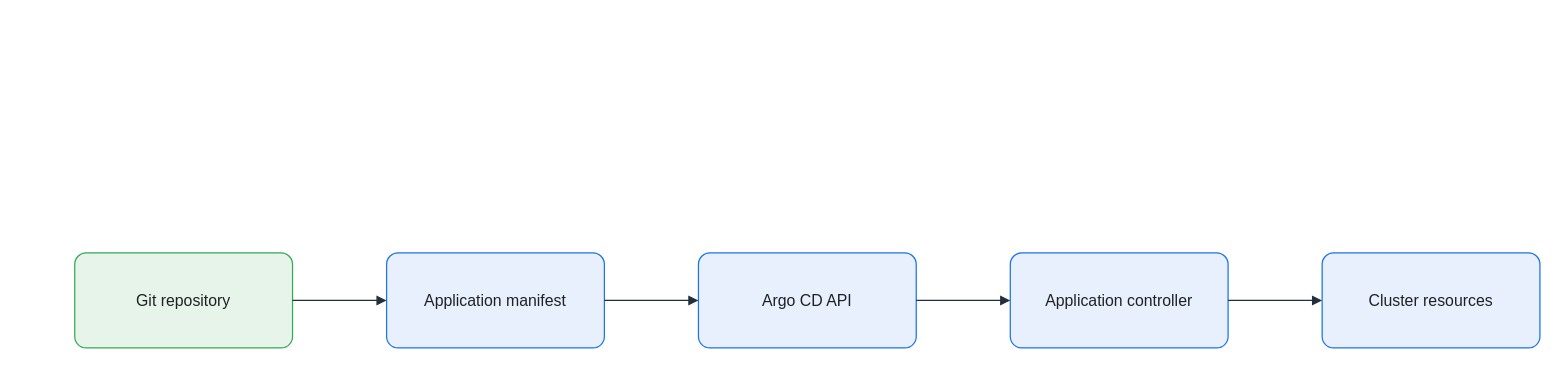
Before: assets/img/ci-cd/argocd-declarative-application.drawio in KKamJi98/kkamji98.github.io, a draw.io diagram. Source tidied: cells renumbered, new cells numbered last; positions are measured from the earlier drawing's top-left corner, leaving out a move shared by most shapes. Both pictures are drawn from the tidied source at 99%, with x=0, y=0 at pixel (74, 252).
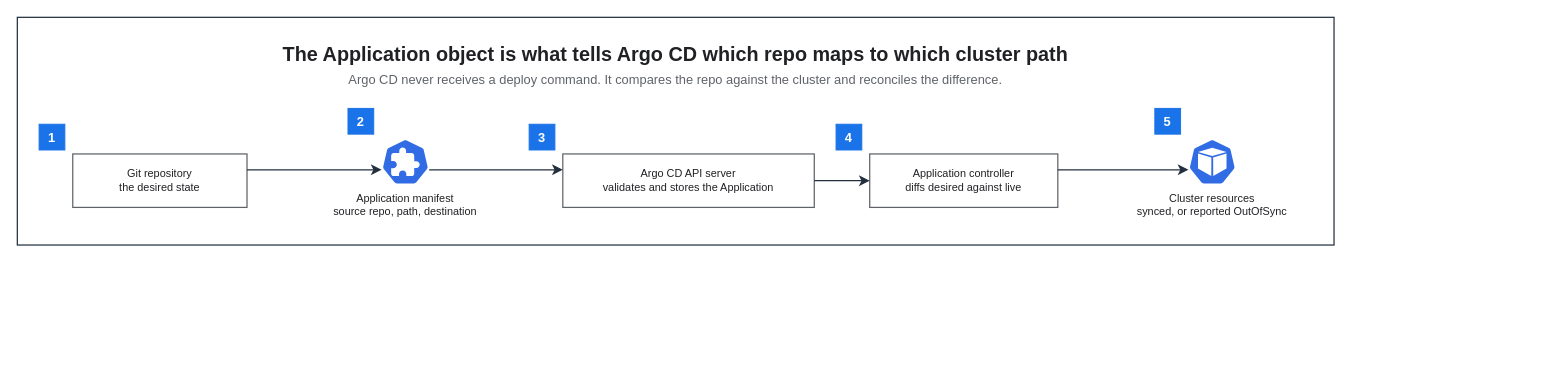
Above is the later version.

What changed in the source:
```diff
@@
 <mxGraphModel background="#FFFFFF">
   <root>
     <mxCell id="0" />
     <mxCell id="1" parent="0" />
-    <mxCell id="2" value="Git repository" style="rounded=1;arcSize=12;whiteSpace=wrap;html=0;fillColor=#E6F4EA;strokeColor=#34A853;strokeWidth=1.25;fontColor=#202124;fontSize=16;align=center;verticalAlign=middle;spacing=8;shadow=0;" parent="1" vertex="1">
-      <mxGeometry width="220" height="96" as="geometry" />
-    </mxCell>
-    <mxCell id="3" value="Application manifest" style="rounded=1;arcSize=12;whiteSpace=wrap;html=0;fillColor=#E8F0FE;strokeColor=#1A73E8;strokeWidth=1.25;fontColor=#202124;fontSize=16;align=center;verticalAlign=middle;spacing=8;shadow=0;" parent="1" vertex="1">
-      <mxGeometry x="315" width="220" height="96" as="geometry" />
-    </mxCell>
-    <mxCell id="4" value="Argo CD API" style="rounded=1;arcSize=12;whiteSpace=wrap;html=0;fillColor=#E8F0FE;strokeColor=#1A73E8;strokeWidth=1.25;fontColor=#202124;fontSize=16;align=center;verticalAlign=middle;spacing=8;shadow=0;" parent="1" vertex="1">
-      <mxGeometry x="630" width="220" height="96" as="geometry" />
-    </mxCell>
-    <mxCell id="5" value="Application controller" style="rounded=1;arcSize=12;whiteSpace=wrap;html=0;fillColor=#E8F0FE;strokeColor=#1A73E8;strokeWidth=1.25;fontColor=#202124;fontSize=16;align=center;verticalAlign=middle;spacing=8;shadow=0;" parent="1" vertex="1">
-      <mxGeometry x="945" width="220" height="96" as="geometry" />
-    </mxCell>
-    <mxCell id="6" value="Cluster resources" style="rounded=1;arcSize=12;whiteSpace=wrap;html=0;fillColor=#E8F0FE;strokeColor=#1A73E8;strokeWidth=1.25;fontColor=#202124;fontSize=16;align=center;verticalAlign=middle;spacing=8;shadow=0;" parent="1" vertex="1">
-      <mxGeometry x="1260" width="220" height="96" as="geometry" />
-    </mxCell>
-    <mxCell id="7" style="edgeStyle=orthogonalEdgeStyle;rounded=0;jettySize=auto;html=0;endArrow=block;endFill=1;strokeColor=#232F3E;strokeWidth=1.25;fontColor=#202124;labelBackgroundColor=none;exitX=1;exitY=0.5;exitDx=0;exitDy=0;entryX=0;entryY=0.5;entryDx=0;entryDy=0;endSize=7;" parent="1" edge="1" source="2" target="3">
-      <mxGeometry relative="1" as="geometry" />
-    </mxCell>
-    <mxCell id="8" style="edgeStyle=orthogonalEdgeStyle;rounded=0;jettySize=auto;html=0;endArrow=block;endFill=1;strokeColor=#232F3E;strokeWidth=1.25;fontColor=#202124;labelBackgroundColor=none;exitX=1;exitY=0.5;exitDx=0;exitDy=0;entryX=0;entryY=0.5;entryDx=0;entryDy=0;endSize=7;" parent="1" edge="1" source="3" target="4">
-      <mxGeometry relative="1" as="geometry" />
-    </mxCell>
-    <mxCell id="9" style="edgeStyle=orthogonalEdgeStyle;rounded=0;jettySize=auto;html=0;endArrow=block;endFill=1;strokeColor=#232F3E;strokeWidth=1.25;fontColor=#202124;labelBackgroundColor=none;exitX=1;exitY=0.5;exitDx=0;exitDy=0;entryX=0;entryY=0.5;entryDx=0;entryDy=0;endSize=7;" parent="1" edge="1" source="4" target="5">
-      <mxGeometry relative="1" as="geometry" />
-    </mxCell>
-    <mxCell id="10" style="edgeStyle=orthogonalEdgeStyle;rounded=0;jettySize=auto;html=0;endArrow=block;endFill=1;strokeColor=#232F3E;strokeWidth=1.25;fontColor=#202124;labelBackgroundColor=none;exitX=1;exitY=0.5;exitDx=0;exitDy=0;entryX=0;entryY=0.5;entryDx=0;entryDy=0;endSize=7;" parent="1" edge="1" source="5" target="6">
-      <mxGeometry relative="1" as="geometry" />
-    </mxCell>
+    <mxCell id="11" style="rounded=0;html=0;fillColor=none;strokeColor=#232F3E;fontColor=#202124;strokeWidth=1.25;" parent="1" vertex="1">
+      <mxGeometry x="-58" y="-238" width="1330" height="230" as="geometry" />
+    </mxCell>
+    <mxCell id="12" value="The Application object is what tells Argo CD which repo maps to which cluster path" style="text;html=0;whiteSpace=wrap;fillColor=none;strokeColor=none;fontColor=#202124;fontSize=20;fontStyle=1;align=center;verticalAlign=middle;" parent="1" vertex="1">
+      <mxGeometry x="-36" y="-216" width="1286" height="30" as="geometry" />
+    </mxCell>
+    <mxCell id="13" value="Argo CD never receives a deploy command. It compares the repo against the cluster and reconciles the difference." style="text;html=0;whiteSpace=wrap;fillColor=none;strokeColor=none;fontColor=#5F6368;fontSize=13;fontStyle=0;align=center;verticalAlign=middle;" parent="1" vertex="1">
+      <mxGeometry x="-36" y="-186" width="1286" height="22" as="geometry" />
+    </mxCell>
+    <mxCell id="14" value="Git repository&#10;the desired state" style="rounded=0;whiteSpace=wrap;html=0;fillColor=#FFFFFF;strokeColor=#5F6368;fontColor=#202124;fontSize=11;fontStyle=0;align=center;verticalAlign=middle;spacingLeft=6;spacingRight=6;strokeWidth=1.25;" parent="1" vertex="1">
+      <mxGeometry x="-2" y="-100" width="176" height="54" as="geometry" />
+    </mxCell>
+    <mxCell id="15" value="Application manifest&#10;source repo, path, destination" style="sketch=0;outlineConnect=0;gradientColor=none;html=0;whiteSpace=nowrap;fontSize=11;fontStyle=0;fontColor=#202124;verticalLabelPosition=bottom;verticalAlign=top;align=center;labelBackgroundColor=none;fillColor=#326CE5;strokeColor=none;dashed=0;shape=mxgraph.kubernetes.icon;prIcon=crd;" parent="1" vertex="1">
+      <mxGeometry x="310" y="-116" width="48" height="48" as="geometry" />
+    </mxCell>
+    <mxCell id="16" value="Argo CD API server&#10;validates and stores the Application" style="rounded=0;whiteSpace=wrap;html=0;fillColor=#FFFFFF;strokeColor=#5F6368;fontColor=#202124;fontSize=11;fontStyle=0;align=center;verticalAlign=middle;spacingLeft=6;spacingRight=6;strokeWidth=1.25;" parent="1" vertex="1">
+      <mxGeometry x="493" y="-100" width="254" height="54" as="geometry" />
+    </mxCell>
+    <mxCell id="17" value="Application controller&#10;diffs desired against live" style="rounded=0;whiteSpace=wrap;html=0;fillColor=#FFFFFF;strokeColor=#5F6368;fontColor=#202124;fontSize=11;fontStyle=0;align=center;verticalAlign=middle;spacingLeft=6;spacingRight=6;strokeWidth=1.25;" parent="1" vertex="1">
+      <mxGeometry x="803" y="-100" width="190" height="54" as="geometry" />
+    </mxCell>
+    <mxCell id="18" value="Cluster resources&#10;synced, or reported OutOfSync" style="sketch=0;outlineConnect=0;gradientColor=none;html=0;whiteSpace=nowrap;fontSize=11;fontStyle=0;fontColor=#202124;verticalLabelPosition=bottom;verticalAlign=top;align=center;labelBackgroundColor=none;fillColor=#326CE5;strokeColor=none;dashed=0;shape=mxgraph.kubernetes.icon;prIcon=pod;" parent="1" vertex="1">
+      <mxGeometry x="1125" y="-116" width="48" height="48" as="geometry" />
+    </mxCell>
+    <mxCell id="19" value="1" style="rounded=0;whiteSpace=wrap;html=0;fillColor=#1A73E8;strokeColor=#1A73E8;fontColor=#FFFFFF;fontSize=13;fontStyle=1;align=center;verticalAlign=middle;" parent="1" vertex="1">
+      <mxGeometry x="-36" y="-130" width="26" height="26" as="geometry" />
+    </mxCell>
+    <mxCell id="20" value="2" style="rounded=0;whiteSpace=wrap;html=0;fillColor=#1A73E8;strokeColor=#1A73E8;fontColor=#FFFFFF;fontSize=13;fontStyle=1;align=center;verticalAlign=middle;" parent="1" vertex="1">
+      <mxGeometry x="276" y="-146" width="26" height="26" as="geometry" />
+    </mxCell>
+    <mxCell id="21" value="3" style="rounded=0;whiteSpace=wrap;html=0;fillColor=#1A73E8;strokeColor=#1A73E8;fontColor=#FFFFFF;fontSize=13;fontStyle=1;align=center;verticalAlign=middle;" parent="1" vertex="1">
+      <mxGeometry x="459" y="-130" width="26" height="26" as="geometry" />
+    </mxCell>
+    <mxCell id="22" value="4" style="rounded=0;whiteSpace=wrap;html=0;fillColor=#1A73E8;strokeColor=#1A73E8;fontColor=#FFFFFF;fontSize=13;fontStyle=1;align=center;verticalAlign=middle;" parent="1" vertex="1">
+      <mxGeometry x="769" y="-130" width="26" height="26" as="geometry" />
+    </mxCell>
+    <mxCell id="23" value="5" style="rounded=0;whiteSpace=wrap;html=0;fillColor=#1A73E8;strokeColor=#1A73E8;fontColor=#FFFFFF;fontSize=13;fontStyle=1;align=center;verticalAlign=middle;" parent="1" vertex="1">
+      <mxGeometry x="1091" y="-146" width="26" height="26" as="geometry" />
+    </mxCell>
+    <mxCell id="24" style="edgeStyle=orthogonalEdgeStyle;rounded=0;html=0;strokeColor=#232F3E;strokeWidth=1.25;endArrow=classic;endFill=1;endSize=7;fontSize=11;fontColor=#202124;labelBackgroundColor=none;jettySize=14;exitX=1;exitY=0.2963;entryX=0;entryY=0.6667;exitDx=0;exitDy=0;entryDx=0;entryDy=0;" parent="1" edge="1" source="14" target="15">
+      <mxGeometry relative="1" as="geometry" />
+    </mxCell>
+    <mxCell id="25" style="edgeStyle=orthogonalEdgeStyle;rounded=0;html=0;strokeColor=#232F3E;strokeWidth=1.25;endArrow=classic;endFill=1;endSize=7;fontSize=11;fontColor=#202124;labelBackgroundColor=none;jettySize=14;exitX=1;exitY=0.6667;entryX=0;entryY=0.2963;exitDx=0;exitDy=0;entryDx=0;entryDy=0;" parent="1" edge="1" source="15" target="16">
+      <mxGeometry relative="1" as="geometry" />
+    </mxCell>
+    <mxCell id="26" style="edgeStyle=orthogonalEdgeStyle;rounded=0;html=0;strokeColor=#232F3E;strokeWidth=1.25;endArrow=classic;endFill=1;endSize=7;fontSize=11;fontColor=#202124;labelBackgroundColor=none;jettySize=14;exitX=1;exitY=0.5;entryX=0;entryY=0.5;exitDx=0;exitDy=0;entryDx=0;entryDy=0;" parent="1" edge="1" source="16" target="17">
+      <mxGeometry relative="1" as="geometry" />
+    </mxCell>
+    <mxCell id="27" style="edgeStyle=orthogonalEdgeStyle;rounded=0;html=0;strokeColor=#232F3E;strokeWidth=1.25;endArrow=classic;endFill=1;endSize=7;fontSize=11;fontColor=#202124;labelBackgroundColor=none;jettySize=14;exitX=1;exitY=0.2963;entryX=0;entryY=0.6667;exitDx=0;exitDy=0;entryDx=0;entryDy=0;" parent="1" edge="1" source="17" target="18">
+      <mxGeometry relative="1" as="geometry" />
+    </mxCell>
   </root>
 </mxGraphModel>
```
